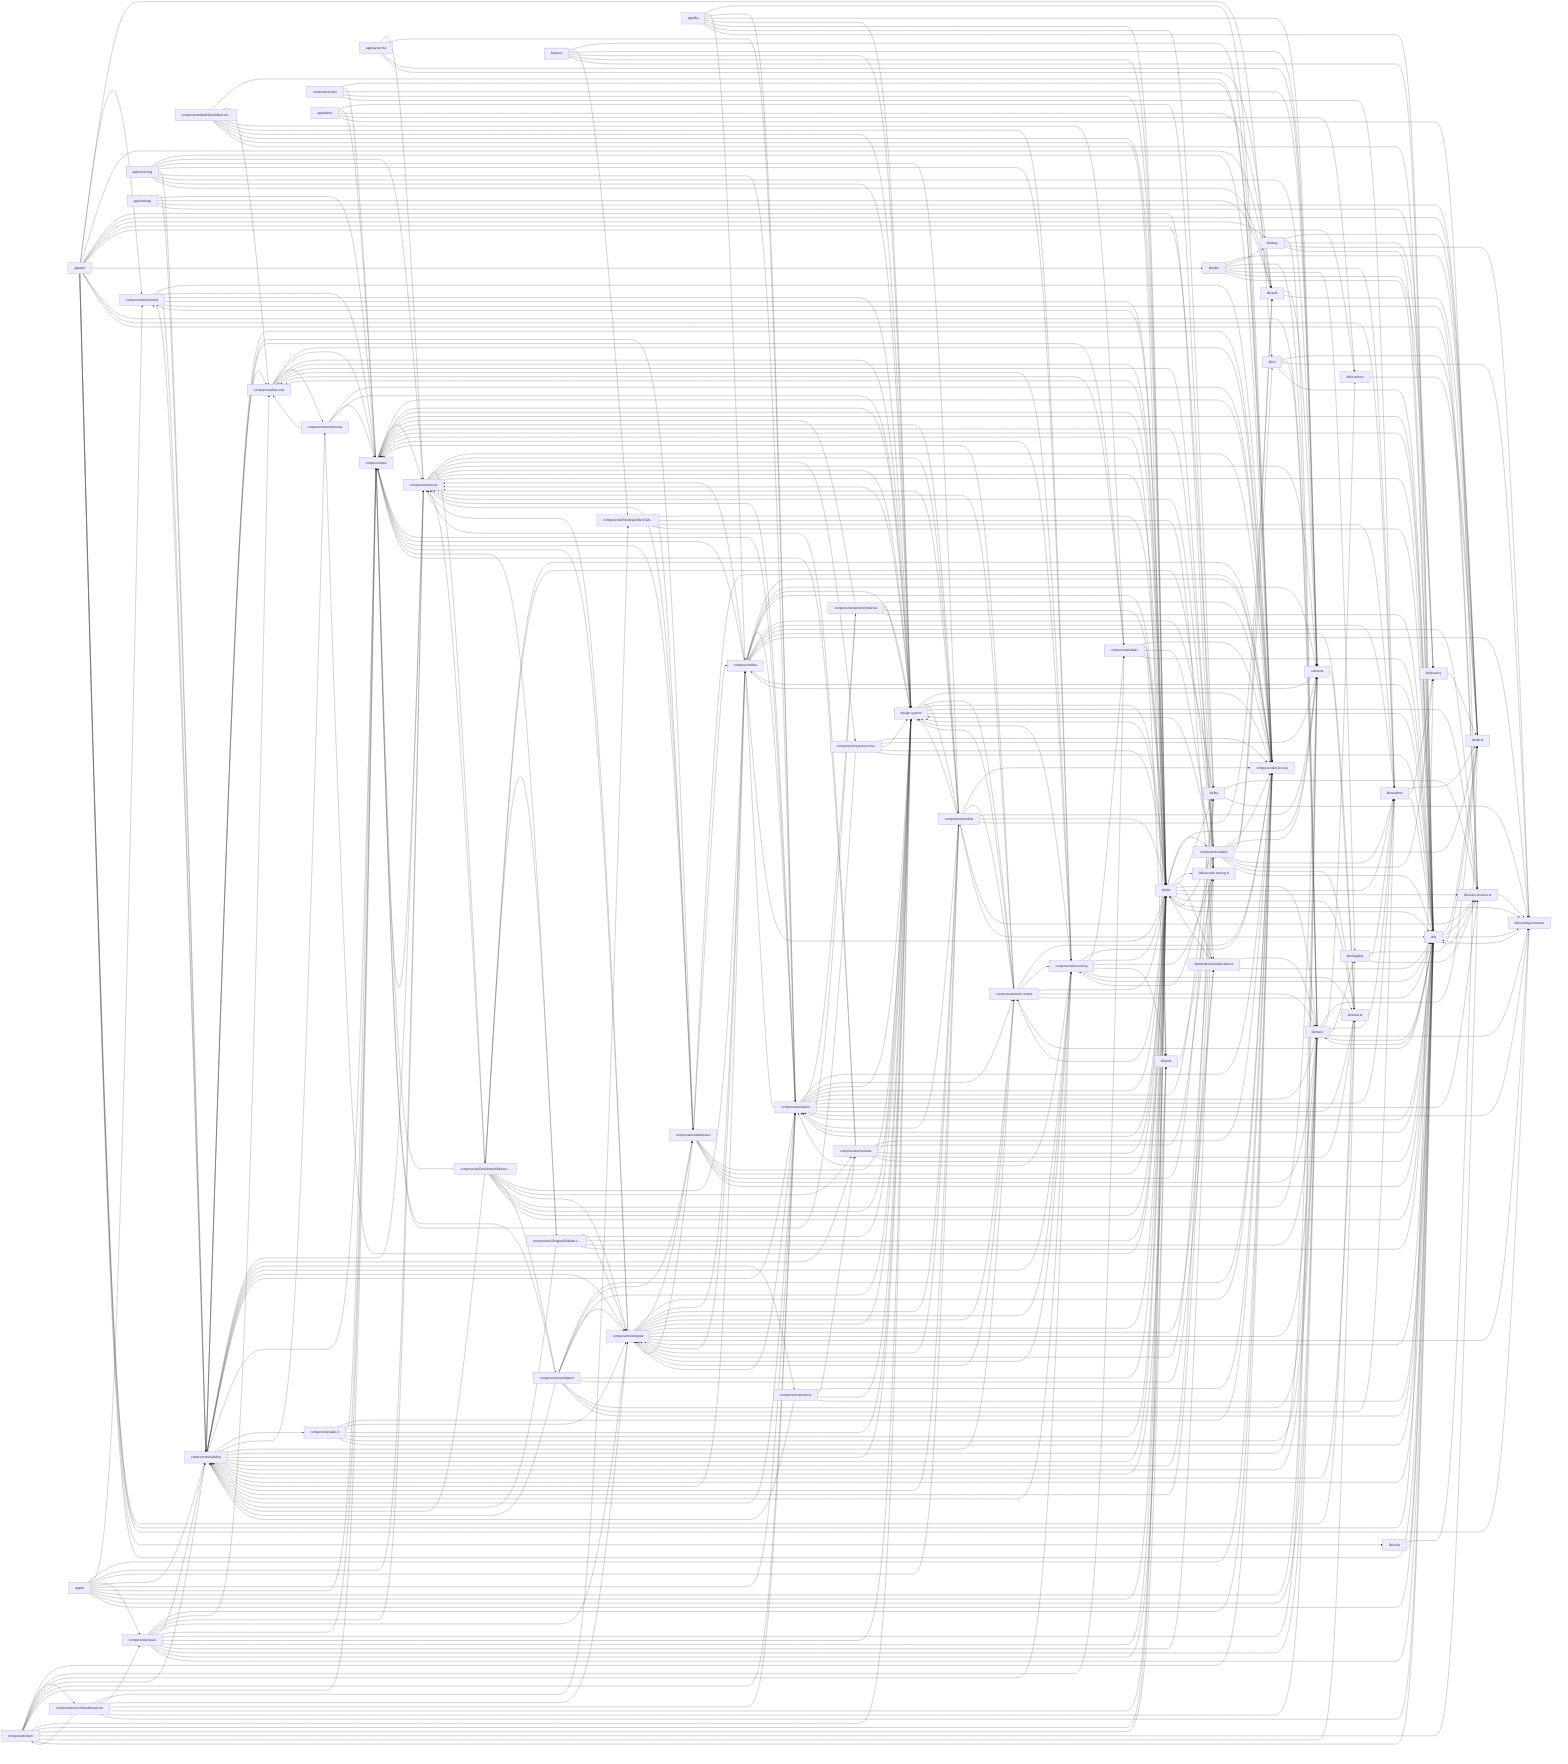
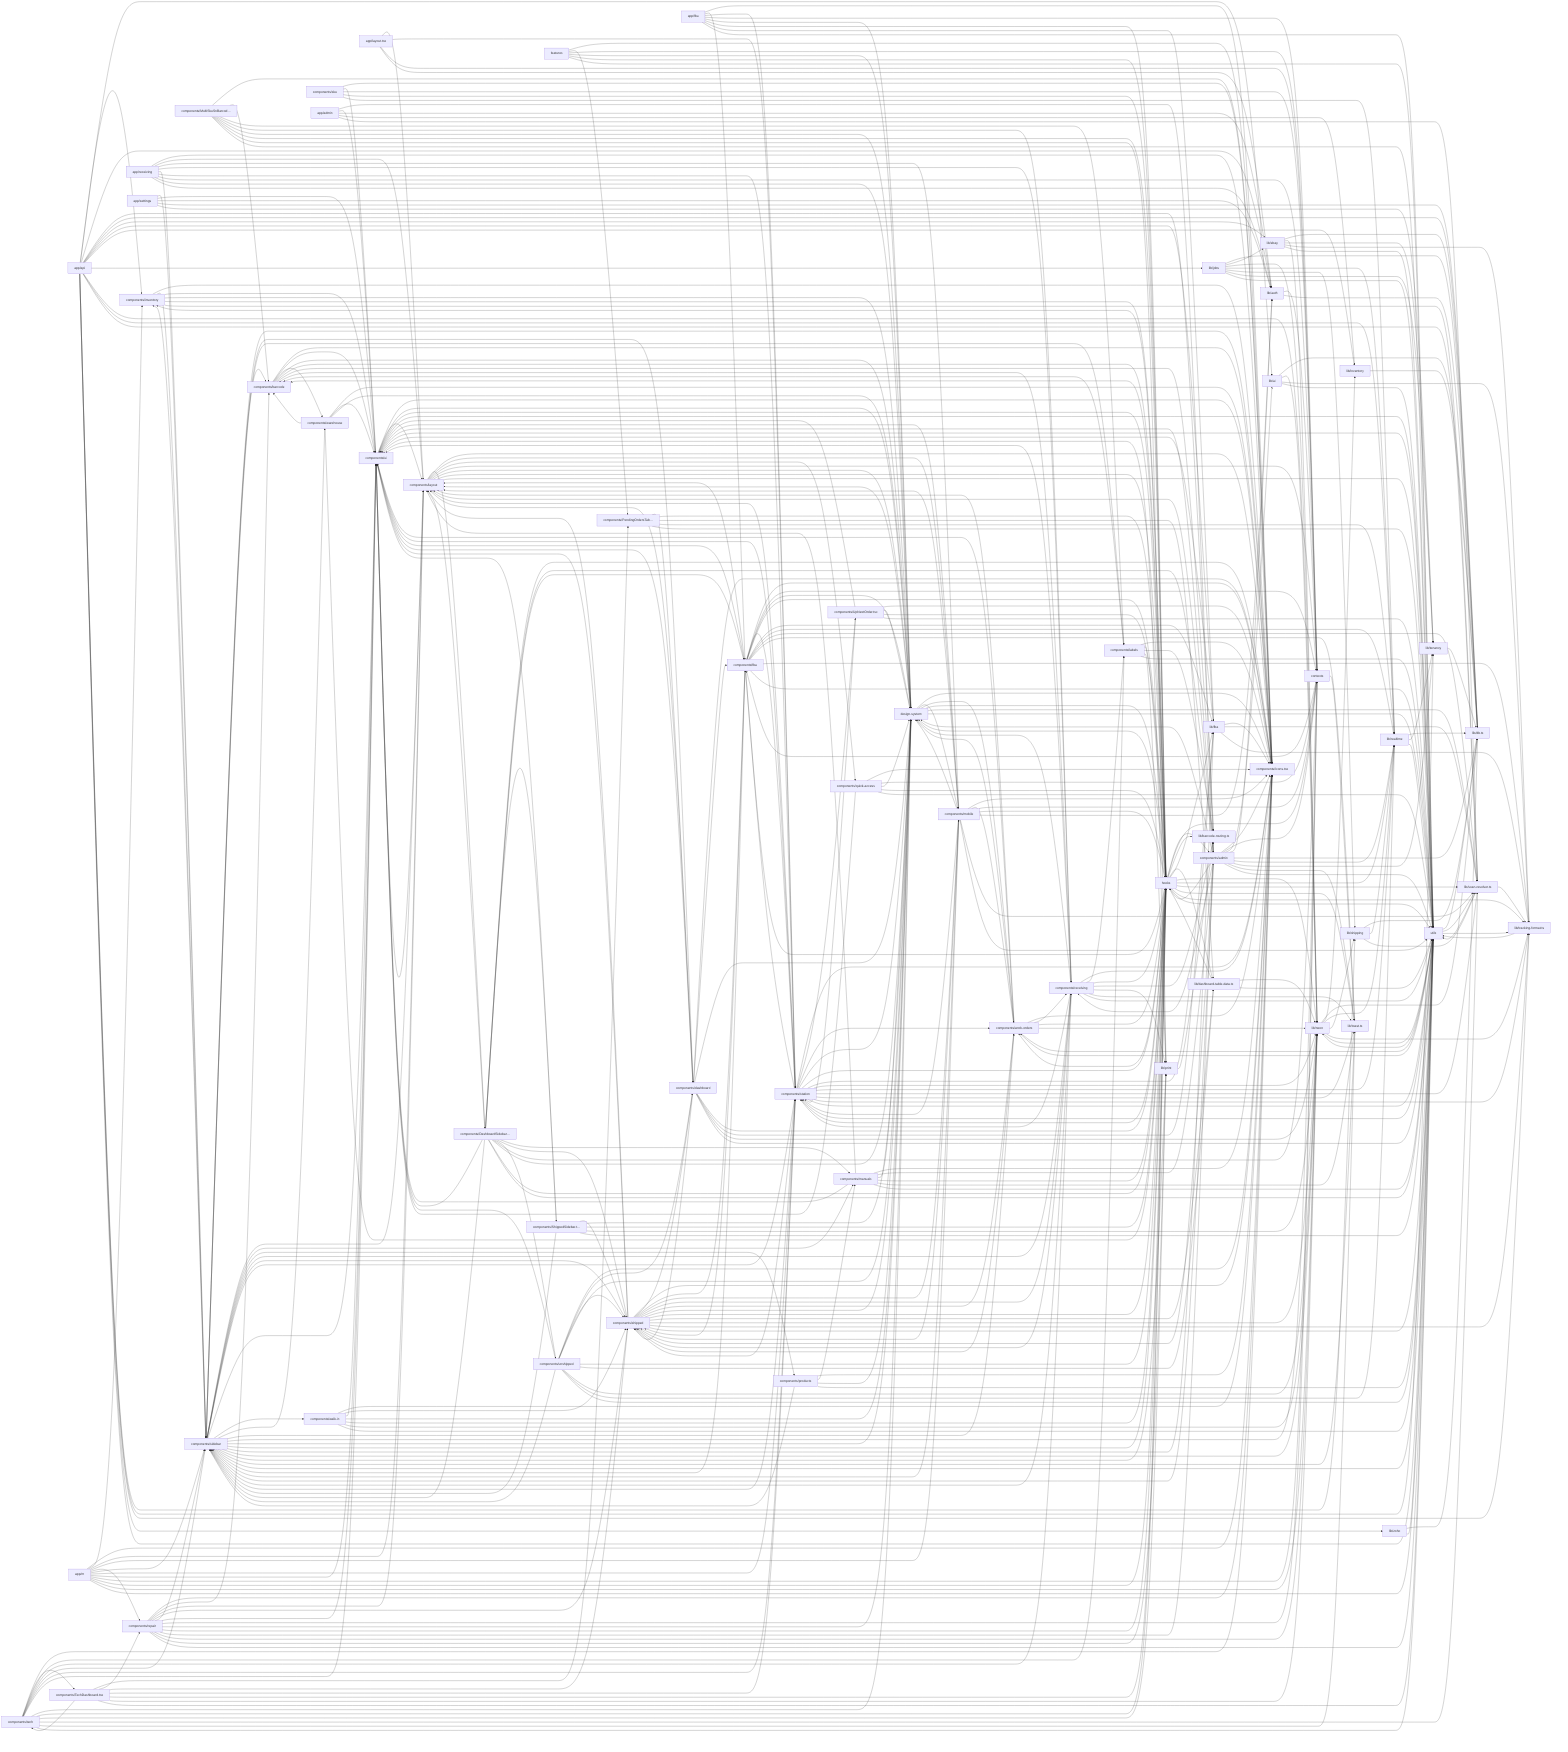
flowchart LR
  app_api["app/api"]
  click app_api "src/app/api/scan-tracking/route.ts" "Open src/app/api/scan-tracking/route.ts"
  hooks["hooks"]
  click hooks "src/hooks/_lifecycle.ts" "Open src/hooks/_lifecycle.ts"
  utils["utils"]
  click utils "src/utils/upnext-shared.ts" "Open src/utils/upnext-shared.ts"
+   components_Icons_tsx["components/Icons.tsx"]
+   click components_Icons_tsx "src/components/Icons.tsx" "Open src/components/Icons.tsx"
  components_sidebar["components/sidebar"]
  click components_sidebar "src/components/sidebar/DeviceModeToggle.tsx" "Open src/components/sidebar/DeviceModeToggle.tsx"
-   components_Icons_tsx["components/Icons.tsx"]
-   click components_Icons_tsx "src/components/Icons.tsx" "Open src/components/Icons.tsx"
  design_system["design-system"]
  click design_system "src/design-system/index.ts" "Open src/design-system/index.ts"
  components_ui["components/ui"]
  click components_ui "src/components/ui/DeleteButton.tsx" "Open src/components/ui/DeleteButton.tsx"
  lib_db_ts["lib/db.ts"]
  click lib_db_ts "src/lib/db.ts" "Open src/lib/db.ts"
  components_station["components/station"]
  click components_station "src/components/station/BarcodeScanner.tsx" "Open src/components/station/BarcodeScanner.tsx"
  components_shipped["components/shipped"]
  click components_shipped "src/components/shipped/DateGroupHeader.tsx" "Open src/components/shipped/DateGroupHeader.tsx"
  components_layout["components/layout"]
  click components_layout "src/components/layout/OfflineBanner.tsx" "Open src/components/layout/OfflineBanner.tsx"
  lib_neon["lib/neon"]
  click lib_neon "src/lib/neon/serial-units-queries.ts" "Open src/lib/neon/serial-units-queries.ts"
  contexts["contexts"]
  click contexts "src/contexts/HeaderContext.tsx" "Open src/contexts/HeaderContext.tsx"
  components_admin["components/admin"]
  click components_admin "src/components/admin/AccessSidebarPanel.tsx" "Open src/components/admin/AccessSidebarPanel.tsx"
  components_receiving["components/receiving"]
  click components_receiving "src/components/receiving/Mode2Unboxing.tsx" "Open src/components/receiving/Mode2Unboxing.tsx"
  components_mobile["components/mobile"]
  click components_mobile "src/components/mobile/ScanSurface.tsx" "Open src/components/mobile/ScanSurface.tsx"
  components_fba["components/fba"]
  click components_fba "src/components/fba/FbaShippedTable.tsx" "Open src/components/fba/FbaShippedTable.tsx"
  components_work_orders["components/work-orders"]
  click components_work_orders "src/components/work-orders/WorkOrderInfoStrip.tsx" "Open src/components/work-orders/WorkOrderInfoStrip.tsx"
  lib_realtime["lib/realtime"]
  click lib_realtime "src/lib/realtime/db-events.ts" "Open src/lib/realtime/db-events.ts"
  components_repair["components/repair"]
  click components_repair "src/components/repair/SignaturePad.tsx" "Open src/components/repair/SignaturePad.tsx"
  lib_auth["lib/auth"]
  click lib_auth "src/lib/auth/permission-registry.ts" "Open src/lib/auth/permission-registry.ts"
  components_DashboardSidebar_tsx["components/DashboardSidebar…"]
  click components_DashboardSidebar_tsx "src/components/DashboardSidebar.tsx" "Open src/components/DashboardSidebar.tsx"
  components_tech["components/tech"]
  click components_tech "src/components/tech/UpNextActionDock.tsx" "Open src/components/tech/UpNextActionDock.tsx"
  lib_scan_resolver_ts["lib/scan-resolver.ts"]
  click lib_scan_resolver_ts "src/lib/scan-resolver.ts" "Open src/lib/scan-resolver.ts"
  lib_tracking_format_ts["lib/tracking-format.ts"]
  click lib_tracking_format_ts "src/lib/tracking-format.ts" "Open src/lib/tracking-format.ts"
  components_dashboard["components/dashboard"]
  click components_dashboard "src/components/dashboard/StockZohoOrdersTable.tsx" "Open src/components/dashboard/StockZohoOrdersTable.tsx"
  components_barcode["components/barcode"]
  click components_barcode "src/components/barcode/SkuInput.tsx" "Open src/components/barcode/SkuInput.tsx"
  lib_jobs["lib/jobs"]
  click lib_jobs "src/lib/jobs/ebay-sync.ts" "Open src/lib/jobs/ebay-sync.ts"
  app_m["app/m"]
  click app_m "src/app/m/layout.tsx" "Open src/app/m/layout.tsx"
  components_unshipped["components/unshipped"]
  click components_unshipped "src/components/unshipped/UnshippedTable.tsx" "Open src/components/unshipped/UnshippedTable.tsx"
  components_manuals["components/manuals"]
  click components_manuals "src/components/manuals/ManualsLibrarySidebar.tsx" "Open src/components/manuals/ManualsLibrarySidebar.tsx"
  components_inventory["components/inventory"]
  click components_inventory "src/components/inventory/InventoryShell.tsx" "Open src/components/inventory/InventoryShell.tsx"
+   lib_fba["lib/fba"]
+   click lib_fba "src/lib/fba/board-item.ts" "Open src/lib/fba/board-item.ts"
  app_receiving["app/receiving"]
  click app_receiving "src/app/receiving/page.tsx" "Open src/app/receiving/page.tsx"
  components_walk_in["components/walk-in"]
  click components_walk_in "src/components/walk-in/SalesDetailsPanel.tsx" "Open src/components/walk-in/SalesDetailsPanel.tsx"
  lib_tenancy["lib/tenancy"]
  click lib_tenancy "src/lib/tenancy/db.test.ts" "Open src/lib/tenancy/db.test.ts"
  components_TechDashboard_tsx["components/TechDashboard.tsx"]
  click components_TechDashboard_tsx "src/components/TechDashboard.tsx" "Open src/components/TechDashboard.tsx"
  components_labels["components/labels"]
  click components_labels "src/components/labels/ReceivingCartonLabel.tsx" "Open src/components/labels/ReceivingCartonLabel.tsx"
  components_warehouse["components/warehouse"]
  click components_warehouse "src/components/warehouse/roomFinderContext.tsx" "Open src/components/warehouse/roomFinderContext.tsx"
  lib_toast_ts["lib/toast.ts"]
  click lib_toast_ts "src/lib/toast.ts" "Open src/lib/toast.ts"
  lib_print["lib/print"]
  click lib_print "src/lib/print/printRepairLabel.ts" "Open src/lib/print/printRepairLabel.ts"
-   lib_fba["lib/fba"]
-   click lib_fba "src/lib/fba/board-item.ts" "Open src/lib/fba/board-item.ts"
  app_layout_tsx["app/layout.tsx"]
  click app_layout_tsx "src/app/layout.tsx" "Open src/app/layout.tsx"
+   components_ShippedSidebar_tsx["components/ShippedSidebar.t…"]
+   click components_ShippedSidebar_tsx "src/components/ShippedSidebar.tsx" "Open src/components/ShippedSidebar.tsx"
  components_quick_access["components/quick-access"]
  click components_quick_access "src/components/quick-access/RecentSection.tsx" "Open src/components/quick-access/RecentSection.tsx"
  components_sku["components/sku"]
  click components_sku "src/components/sku/BinRowDetailsSheet.tsx" "Open src/components/sku/BinRowDetailsSheet.tsx"
  lib_shipping["lib/shipping"]
  click lib_shipping "src/lib/shipping/repository.ts" "Open src/lib/shipping/repository.ts"
  lib_ebay["lib/ebay"]
  click lib_ebay "src/lib/ebay/token-refresh.ts" "Open src/lib/ebay/token-refresh.ts"
  lib_ai["lib/ai"]
  click lib_ai "src/lib/ai/date-range.test.ts" "Open src/lib/ai/date-range.test.ts"
  app_fba["app/fba"]
  click app_fba "src/app/fba/page.tsx" "Open src/app/fba/page.tsx"
  components_MultiSkuSnBarcode_tsx["components/MultiSkuSnBarcod…"]
  click components_MultiSkuSnBarcode_tsx "src/components/MultiSkuSnBarcode.tsx" "Open src/components/MultiSkuSnBarcode.tsx"
  components_PendingOrdersTable_tsx["components/PendingOrdersTab…"]
  click components_PendingOrdersTable_tsx "src/components/PendingOrdersTable.tsx" "Open src/components/PendingOrdersTable.tsx"
-   components_ShippedSidebar_tsx["components/ShippedSidebar.t…"]
-   click components_ShippedSidebar_tsx "src/components/ShippedSidebar.tsx" "Open src/components/ShippedSidebar.tsx"
  components_products["components/products"]
  click components_products "src/components/products/types.ts" "Open src/components/products/types.ts"
  lib_dashboard_table_data_ts["lib/dashboard-table-data.ts"]
  click lib_dashboard_table_data_ts "src/lib/dashboard-table-data.ts" "Open src/lib/dashboard-table-data.ts"
  lib_barcode_routing_ts["lib/barcode-routing.ts"]
  click lib_barcode_routing_ts "src/lib/barcode-routing.ts" "Open src/lib/barcode-routing.ts"
  lib_zoho["lib/zoho"]
  click lib_zoho "src/lib/zoho/mock.ts" "Open src/lib/zoho/mock.ts"
  lib_inventory["lib/inventory"]
  click lib_inventory "src/lib/inventory/internal-gtin.ts" "Open src/lib/inventory/internal-gtin.ts"
  app_settings["app/settings"]
  click app_settings "src/app/settings/page.tsx" "Open src/app/settings/page.tsx"
  app_admin["app/admin"]
  click app_admin "src/app/admin/page.tsx" "Open src/app/admin/page.tsx"
  features["features"]
  click features "src/features/operations/operations-data-sources.ts" "Open src/features/operations/operations-data-sources.ts"
  components_UpNextOrder_tsx["components/UpNextOrder.tsx"]
  click components_UpNextOrder_tsx "src/components/UpNextOrder.tsx" "Open src/components/UpNextOrder.tsx"
  app_admin --> components_admin
  app_admin --> components_ui
  app_admin --> lib_auth
  app_admin --> lib_inventory
  app_admin --> lib_scan_resolver_ts
  app_api --> components_inventory
  app_api --> lib_ai
  app_api --> lib_auth
  app_api --> lib_barcode_routing_ts
  app_api --> lib_db_ts
  app_api --> lib_ebay
  app_api --> lib_fba
  app_api --> lib_inventory
  app_api --> lib_jobs
  app_api --> lib_neon
  app_api --> lib_realtime
  app_api --> lib_scan_resolver_ts
  app_api --> lib_shipping
  app_api --> lib_tenancy
  app_api --> lib_tracking_format_ts
  app_api --> lib_zoho
  app_api --> utils
  app_fba --> components_Icons_tsx
  app_fba --> components_fba
  app_fba --> components_station
  app_fba --> contexts
  app_fba --> design_system
  app_fba --> hooks
  app_fba --> lib_fba
  app_fba --> utils
  app_layout_tsx --> components_layout
  app_layout_tsx --> components_station
  app_layout_tsx --> contexts
  app_layout_tsx --> lib_auth
  app_m --> components_Icons_tsx
  app_m --> components_inventory
  app_m --> components_layout
  app_m --> components_mobile
  app_m --> components_repair
  app_m --> components_sidebar
  app_m --> components_station
  app_m --> components_ui
  app_m --> contexts
  app_m --> hooks
  app_m --> lib_neon
  app_m --> utils
  app_receiving --> components_Icons_tsx
  app_receiving --> components_layout
  app_receiving --> components_mobile
  app_receiving --> components_receiving
  app_receiving --> components_sidebar
  app_receiving --> components_station
  app_receiving --> contexts
  app_receiving --> design_system
  app_receiving --> lib_auth
  app_settings --> components_sidebar
  app_settings --> components_ui
  app_settings --> lib_auth
  app_settings --> lib_db_ts
  app_settings --> lib_tenancy
  components_DashboardSidebar_tsx --> components_Icons_tsx
  components_DashboardSidebar_tsx --> components_ShippedSidebar_tsx
  components_DashboardSidebar_tsx --> components_admin
  components_DashboardSidebar_tsx --> components_fba
  components_DashboardSidebar_tsx --> components_layout
  components_DashboardSidebar_tsx --> components_manuals
  components_DashboardSidebar_tsx --> components_shipped
  components_DashboardSidebar_tsx --> components_sidebar
  components_DashboardSidebar_tsx --> components_ui
  components_DashboardSidebar_tsx --> components_unshipped
  components_DashboardSidebar_tsx --> contexts
  components_DashboardSidebar_tsx --> design_system
  components_DashboardSidebar_tsx --> hooks
  components_DashboardSidebar_tsx --> utils
  components_MultiSkuSnBarcode_tsx --> components_Icons_tsx
  components_MultiSkuSnBarcode_tsx --> components_barcode
  components_MultiSkuSnBarcode_tsx --> components_labels
  components_MultiSkuSnBarcode_tsx --> components_receiving
  components_MultiSkuSnBarcode_tsx --> design_system
  components_MultiSkuSnBarcode_tsx --> hooks
  components_MultiSkuSnBarcode_tsx --> lib_print
  components_MultiSkuSnBarcode_tsx --> utils
  components_PendingOrdersTable_tsx --> components_dashboard
  components_PendingOrdersTable_tsx --> hooks
  components_PendingOrdersTable_tsx --> lib_dashboard_table_data_ts
  components_PendingOrdersTable_tsx --> lib_realtime
  components_PendingOrdersTable_tsx --> utils
  components_ShippedSidebar_tsx --> components_shipped
  components_ShippedSidebar_tsx --> components_sidebar
  components_ShippedSidebar_tsx --> components_ui
  components_ShippedSidebar_tsx --> design_system
  components_ShippedSidebar_tsx --> hooks
  components_ShippedSidebar_tsx --> lib_neon
  components_ShippedSidebar_tsx --> utils
  components_TechDashboard_tsx --> components_PendingOrdersTable_tsx
  components_TechDashboard_tsx --> components_repair
  components_TechDashboard_tsx --> components_shipped
  components_TechDashboard_tsx --> components_station
  components_TechDashboard_tsx --> components_tech
  components_TechDashboard_tsx --> hooks
  components_TechDashboard_tsx --> lib_neon
  components_TechDashboard_tsx --> utils
  components_UpNextOrder_tsx --> components_Icons_tsx
  components_UpNextOrder_tsx --> components_station
  components_UpNextOrder_tsx --> components_ui
  components_UpNextOrder_tsx --> design_system
  components_UpNextOrder_tsx --> hooks
  components_UpNextOrder_tsx --> utils
  components_admin --> components_Icons_tsx
  components_admin --> components_layout
  components_admin --> components_receiving
  components_admin --> components_shipped
  components_admin --> components_sidebar
  components_admin --> components_ui
  components_admin --> contexts
  components_admin --> design_system
  components_admin --> hooks
  components_admin --> lib_ai
  components_admin --> lib_auth
  components_admin --> lib_db_ts
  components_admin --> lib_realtime
  components_admin --> lib_tenancy
  components_admin --> lib_toast_ts
  components_admin --> utils
  components_barcode --> components_Icons_tsx
  components_barcode --> components_ui
  components_barcode --> components_warehouse
  components_barcode --> design_system
  components_barcode --> hooks
  components_barcode --> lib_barcode_routing_ts
  components_dashboard --> components_Icons_tsx
  components_dashboard --> components_fba
  components_dashboard --> components_layout
  components_dashboard --> components_shipped
  components_dashboard --> components_ui
  components_dashboard --> design_system
  components_dashboard --> hooks
  components_dashboard --> lib_fba
  components_dashboard --> lib_neon
  components_dashboard --> utils
  components_fba --> components_Icons_tsx
  components_fba --> components_layout
  components_fba --> components_shipped
  components_fba --> components_sidebar
  components_fba --> components_station
  components_fba --> components_ui
  components_fba --> contexts
  components_fba --> design_system
  components_fba --> hooks
  components_fba --> lib_fba
  components_fba --> lib_realtime
  components_fba --> lib_scan_resolver_ts
  components_fba --> lib_toast_ts
  components_fba --> lib_tracking_format_ts
  components_fba --> utils
  components_inventory --> components_Icons_tsx
  components_inventory --> components_sidebar
  components_inventory --> components_ui
  components_inventory --> design_system
  components_inventory --> hooks
  components_inventory --> lib_scan_resolver_ts
  components_labels --> components_Icons_tsx
  components_labels --> components_barcode
  components_labels --> hooks
  components_labels --> lib_barcode_routing_ts
  components_labels --> lib_print
  components_labels --> utils
  components_layout --> components_DashboardSidebar_tsx
  components_layout --> components_Icons_tsx
  components_layout --> components_mobile
  components_layout --> components_quick_access
  components_layout --> components_ui
  components_layout --> contexts
  components_layout --> design_system
  components_layout --> hooks
  components_layout --> utils
  components_manuals --> components_Icons_tsx
  components_manuals --> components_admin
  components_manuals --> components_layout
  components_manuals --> components_ui
  components_manuals --> design_system
  components_manuals --> hooks
  components_manuals --> lib_toast_ts
  components_manuals --> utils
  components_mobile --> components_Icons_tsx
  components_mobile --> components_layout
  components_mobile --> components_shipped
  components_mobile --> components_sidebar
  components_mobile --> components_station
  components_mobile --> components_ui
  components_mobile --> components_work_orders
  components_mobile --> contexts
  components_mobile --> design_system
  components_mobile --> hooks
  components_mobile --> lib_auth
  components_mobile --> lib_scan_resolver_ts
  components_mobile --> utils
  components_products --> components_Icons_tsx
  components_products --> components_manuals
  components_products --> components_sidebar
  components_products --> design_system
  components_products --> utils
  components_quick_access --> components_Icons_tsx
  components_quick_access --> components_ui
  components_quick_access --> contexts
  components_quick_access --> design_system
  components_quick_access --> hooks
  components_quick_access --> utils
  components_receiving --> components_Icons_tsx
  components_receiving --> components_barcode
  components_receiving --> components_labels
  components_receiving --> components_shipped
  components_receiving --> components_sidebar
  components_receiving --> components_station
  components_receiving --> components_ui
  components_receiving --> design_system
  components_receiving --> hooks
  components_receiving --> lib_barcode_routing_ts
  components_receiving --> lib_print
  components_receiving --> lib_toast_ts
  components_receiving --> utils
  components_repair --> components_Icons_tsx
  components_repair --> components_barcode
  components_repair --> components_layout
  components_repair --> components_shipped
  components_repair --> components_sidebar
  components_repair --> components_ui
  components_repair --> contexts
  components_repair --> design_system
  components_repair --> hooks
  components_repair --> lib_barcode_routing_ts
  components_repair --> lib_neon
  components_repair --> lib_print
  components_repair --> utils
  components_shipped --> components_Icons_tsx
  components_shipped --> components_dashboard
  components_shipped --> components_fba
  components_shipped --> components_layout
  components_shipped --> components_mobile
  components_shipped --> components_receiving
  components_shipped --> components_ui
  components_shipped --> components_work_orders
  components_shipped --> design_system
  components_shipped --> hooks
  components_shipped --> lib_dashboard_table_data_ts
  components_shipped --> lib_neon
  components_shipped --> lib_tracking_format_ts
  components_shipped --> utils
  components_sidebar --> components_Icons_tsx
  components_sidebar --> components_barcode
  components_sidebar --> components_dashboard
  components_sidebar --> components_inventory
  components_sidebar --> components_labels
  components_sidebar --> components_layout
  components_sidebar --> components_manuals
  components_sidebar --> components_products
  components_sidebar --> components_receiving
  components_sidebar --> components_shipped
  components_sidebar --> components_station
  components_sidebar --> components_ui
  components_sidebar --> components_walk_in
  components_sidebar --> components_warehouse
  components_sidebar --> components_work_orders
  components_sidebar --> contexts
  components_sidebar --> design_system
  components_sidebar --> hooks
  components_sidebar --> lib_fba
  components_sidebar --> lib_neon
  components_sidebar --> lib_print
  components_sidebar --> lib_toast_ts
  components_sidebar --> utils
  components_sku --> components_Icons_tsx
  components_sku --> components_ui
  components_sku --> contexts
  components_sku --> hooks
  components_sku --> lib_realtime
  components_station --> components_Icons_tsx
  components_station --> components_UpNextOrder_tsx
  components_station --> components_fba
  components_station --> components_layout
  components_station --> components_shipped
  components_station --> components_sidebar
  components_station --> components_ui
  components_station --> components_work_orders
  components_station --> design_system
  components_station --> hooks
  components_station --> lib_fba
  components_station --> lib_neon
  components_station --> lib_realtime
  components_station --> lib_scan_resolver_ts
  components_station --> lib_toast_ts
  components_station --> lib_tracking_format_ts
  components_station --> utils
  components_tech --> components_Icons_tsx
  components_tech --> components_TechDashboard_tsx
  components_tech --> components_labels
  components_tech --> components_receiving
  components_tech --> components_sidebar
  components_tech --> components_station
  components_tech --> components_ui
  components_tech --> design_system
  components_tech --> hooks
  components_tech --> lib_print
  components_tech --> lib_scan_resolver_ts
  components_tech --> lib_toast_ts
  components_tech --> utils
  components_ui --> components_Icons_tsx
  components_ui --> components_layout
  components_ui --> design_system
  components_ui --> hooks
  components_ui --> utils
  components_unshipped --> components_Icons_tsx
  components_unshipped --> components_dashboard
  components_unshipped --> components_shipped
  components_unshipped --> components_sidebar
  components_unshipped --> components_ui
  components_unshipped --> design_system
  components_unshipped --> hooks
  components_unshipped --> lib_dashboard_table_data_ts
  components_unshipped --> lib_neon
  components_unshipped --> lib_realtime
  components_unshipped --> utils
  components_walk_in --> components_Icons_tsx
  components_walk_in --> components_shipped
  components_walk_in --> components_ui
  components_walk_in --> design_system
  components_walk_in --> hooks
  components_walk_in --> lib_neon
  components_walk_in --> utils
  components_warehouse --> components_Icons_tsx
  components_warehouse --> components_barcode
  components_warehouse --> components_ui
  components_warehouse --> design_system
  components_warehouse --> hooks
  components_work_orders --> components_Icons_tsx
  components_work_orders --> components_layout
  components_work_orders --> components_receiving
  components_work_orders --> components_shipped
  components_work_orders --> components_ui
  components_work_orders --> design_system
  components_work_orders --> hooks
  components_work_orders --> lib_neon
  components_work_orders --> utils
  contexts --> components_fba
  contexts --> lib_toast_ts
  design_system --> components_Icons_tsx
  design_system --> components_layout
  design_system --> components_mobile
  design_system --> components_work_orders
  design_system --> hooks
  design_system --> lib_scan_resolver_ts
  design_system --> utils
  features --> components_Icons_tsx
  features --> components_PendingOrdersTable_tsx
  features --> contexts
  features --> design_system
  features --> hooks
  features --> utils
  hooks --> components_admin
  hooks --> components_barcode
  hooks --> components_fba
  hooks --> components_inventory
  hooks --> components_station
  hooks --> components_work_orders
  hooks --> contexts
  hooks --> design_system
  hooks --> lib_barcode_routing_ts
  hooks --> lib_dashboard_table_data_ts
  hooks --> lib_fba
  hooks --> lib_neon
  hooks --> lib_realtime
  hooks --> lib_scan_resolver_ts
  hooks --> lib_toast_ts
  hooks --> lib_tracking_format_ts
  hooks --> utils
  lib_ai --> lib_db_ts
  lib_ai --> lib_neon
  lib_ai --> lib_tracking_format_ts
  lib_ai --> utils
  lib_auth --> contexts
  lib_auth --> lib_db_ts
  lib_dashboard_table_data_ts --> hooks
  lib_dashboard_table_data_ts --> lib_neon
  lib_dashboard_table_data_ts --> utils
  lib_ebay --> lib_db_ts
  lib_ebay --> lib_neon
  lib_ebay --> lib_tenancy
  lib_ebay --> lib_tracking_format_ts
  lib_ebay --> utils
+   lib_fba --> components_Icons_tsx
+   lib_fba --> components_ui
  lib_fba --> lib_scan_resolver_ts
  lib_fba --> lib_tracking_format_ts
  lib_inventory --> lib_db_ts
  lib_jobs --> lib_db_ts
  lib_jobs --> lib_ebay
  lib_jobs --> lib_neon
  lib_jobs --> lib_realtime
  lib_jobs --> lib_shipping
  lib_jobs --> lib_tenancy
  lib_jobs --> utils
  lib_neon --> lib_db_ts
  lib_neon --> lib_inventory
  lib_neon --> lib_realtime
  lib_neon --> lib_shipping
  lib_neon --> lib_tracking_format_ts
  lib_neon --> utils
  lib_print --> components_ui
  lib_print --> lib_barcode_routing_ts
  lib_realtime --> lib_db_ts
  lib_realtime --> lib_tenancy
  lib_realtime --> utils
  lib_scan_resolver_ts --> lib_tracking_format_ts
  lib_scan_resolver_ts --> utils
  lib_shipping --> lib_db_ts
  lib_shipping --> lib_realtime
  lib_shipping --> lib_scan_resolver_ts
  lib_tenancy --> lib_db_ts
  lib_tracking_format_ts --> utils
  lib_zoho --> lib_db_ts
  lib_zoho --> utils
  utils --> components_station
  utils --> components_ui
  utils --> components_work_orders
  utils --> lib_db_ts
  utils --> lib_neon
  utils --> lib_scan_resolver_ts
  utils --> lib_tracking_format_ts
-   %% truncated: 169 more groups not shown+   %% truncated: 170 more groups not shown